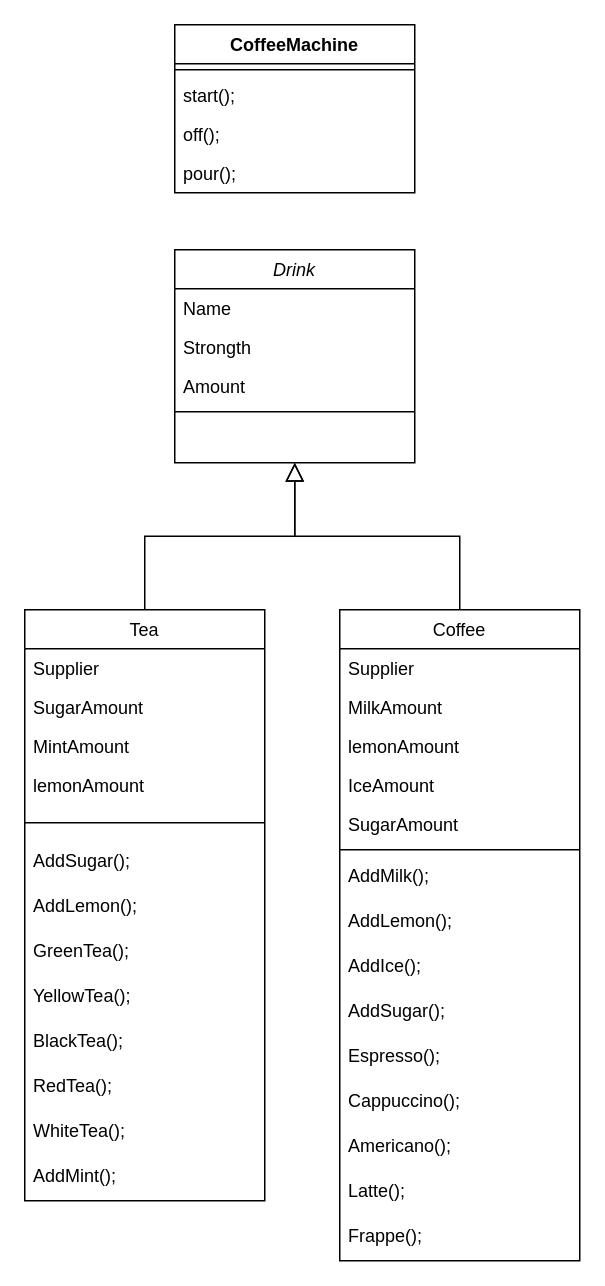
Earlier version of the draw.io diagram Диаграммы/classesDiagram.drawio (programmers42p/CoffeMachineApp). Source tidied: cells renumbered, new cells numbered last; positions are measured from the earlier drawing's top-left corner, leaving out a move shared by most shapes. Both pictures are drawn from the tidied source at 150%, with x=0, y=0 at pixel (24, 24).
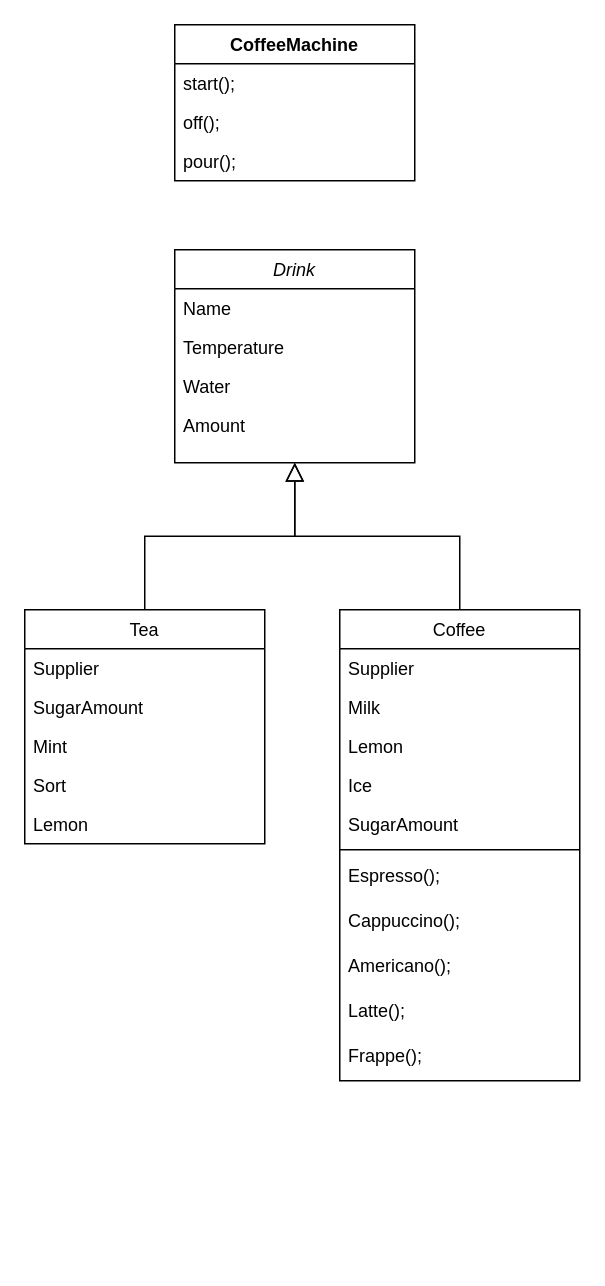
The same page after the edit.

The change refers to these unchanged cells:
```xml
<mxCell id="2" value="Drink" style="swimlane;fontStyle=2;align=center;verticalAlign=top;horizontal=1;startSize=26;rounded=0;shadow=0;strokeWidth=1;" parent="1" vertex="1">
  <mxGeometry x="100" y="150" width="160" height="142" as="geometry" />
</mxCell>
```

Diff of the diagram source:
```diff
@@
-    <mxCell id="4" value="Strongth" style="text;align=left;verticalAlign=top;spacingLeft=4;spacingRight=4;overflow=hidden;rounded=0;shadow=0;html=0;" parent="2" vertex="1">
+    <mxCell id="4" value="Temperature" style="text;align=left;verticalAlign=top;spacingLeft=4;spacingRight=4;overflow=hidden;rounded=0;shadow=0;html=0;" parent="2" vertex="1">
       <mxGeometry y="52" width="160" height="26" as="geometry" />
     </mxCell>
+    <mxCell id="44" value="Water" style="text;align=left;verticalAlign=top;spacingLeft=4;spacingRight=4;overflow=hidden;rounded=0;shadow=0;html=0;" parent="2" vertex="1">
+      <mxGeometry y="78" width="160" height="26" as="geometry" />
+    </mxCell>
     <mxCell id="5" value="Amount" style="text;strokeColor=none;fillColor=none;align=left;verticalAlign=top;spacingLeft=4;spacingRight=4;overflow=hidden;" parent="2" vertex="1">
-      <mxGeometry y="78" width="160" height="26" as="geometry" />
+      <mxGeometry y="104" width="160" height="26" as="geometry" />
     </mxCell>
-    <mxCell id="6" style="line;html=1;strokeWidth=1;align=left;verticalAlign=middle;spacingTop=-1;spacingLeft=3;spacingRight=3;labelPosition=right;" parent="2" vertex="1">
-      <mxGeometry y="104" width="160" height="8" as="geometry" />
-    </mxCell>
     <mxCell id="7" value="Tea" style="swimlane;fontStyle=0;align=center;verticalAlign=top;horizontal=1;startSize=26;rounded=0;shadow=0;strokeWidth=1;" parent="1" vertex="1">
-      <mxGeometry y="390" width="160" height="394" as="geometry" />
+      <mxGeometry y="390" width="160" height="156" as="geometry" />
     </mxCell>
@@
-    <mxCell id="10" value="MintAmount" style="text;strokeColor=none;fillColor=none;align=left;verticalAlign=top;spacingLeft=4;spacingRight=4;overflow=hidden;" parent="7" vertex="1">
+    <mxCell id="10" value="Mint" style="text;strokeColor=none;fillColor=none;align=left;verticalAlign=top;spacingLeft=4;spacingRight=4;overflow=hidden;" parent="7" vertex="1">
       <mxGeometry y="78" width="160" height="26" as="geometry" />
     </mxCell>
+    <mxCell id="45" value="Sort" style="text;strokeColor=none;fillColor=none;align=left;verticalAlign=top;spacingLeft=4;spacingRight=4;overflow=hidden;" parent="7" vertex="1">
+      <mxGeometry y="104" width="160" height="26" as="geometry" />
+    </mxCell>
-    <mxCell id="11" value="lemonAmount" style="text;strokeColor=none;fillColor=none;align=left;verticalAlign=top;spacingLeft=4;spacingRight=4;overflow=hidden;" parent="7" vertex="1">
-      <mxGeometry y="104" width="160" height="26" as="geometry" />
+    <mxCell id="11" value="Lemon" style="text;strokeColor=none;fillColor=none;align=left;verticalAlign=top;spacingLeft=4;spacingRight=4;overflow=hidden;" parent="7" vertex="1">
+      <mxGeometry y="130" width="160" height="26" as="geometry" />
     </mxCell>
-    <mxCell id="12" style="line;html=1;strokeWidth=1;align=left;verticalAlign=middle;spacingTop=-1;spacingLeft=3;spacingRight=3;labelPosition=right;" parent="7" vertex="1">
-      <mxGeometry y="130" width="160" height="24" as="geometry" />
-    </mxCell>
-    <mxCell id="13" value="AddSugar();" style="text;strokeColor=none;fillColor=none;align=left;verticalAlign=top;spacingLeft=4;spacingRight=4;overflow=hidden;" parent="7" vertex="1">
-      <mxGeometry y="154" width="160" height="30" as="geometry" />
-    </mxCell>
-    <mxCell id="14" value="AddLemon();" style="text;strokeColor=none;fillColor=none;align=left;verticalAlign=top;spacingLeft=4;spacingRight=4;overflow=hidden;" parent="7" vertex="1">
-      <mxGeometry y="184" width="160" height="30" as="geometry" />
-    </mxCell>
-    <mxCell id="15" value="GreenTea();" style="text;strokeColor=none;fillColor=none;align=left;verticalAlign=top;spacingLeft=4;spacingRight=4;overflow=hidden;" parent="7" vertex="1">
-      <mxGeometry y="214" width="160" height="30" as="geometry" />
-    </mxCell>
-    <mxCell id="16" value="YellowTea();" style="text;strokeColor=none;fillColor=none;align=left;verticalAlign=top;spacingLeft=4;spacingRight=4;overflow=hidden;" parent="7" vertex="1">
-      <mxGeometry y="244" width="160" height="30" as="geometry" />
-    </mxCell>
-    <mxCell id="17" value="BlackTea();" style="text;strokeColor=none;fillColor=none;align=left;verticalAlign=top;spacingLeft=4;spacingRight=4;overflow=hidden;" parent="7" vertex="1">
-      <mxGeometry y="274" width="160" height="30" as="geometry" />
-    </mxCell>
-    <mxCell id="18" value="RedTea();" style="text;strokeColor=none;fillColor=none;align=left;verticalAlign=top;spacingLeft=4;spacingRight=4;overflow=hidden;" parent="7" vertex="1">
-      <mxGeometry y="304" width="160" height="30" as="geometry" />
-    </mxCell>
-    <mxCell id="19" value="WhiteTea();" style="text;strokeColor=none;fillColor=none;align=left;verticalAlign=top;spacingLeft=4;spacingRight=4;overflow=hidden;" parent="7" vertex="1">
-      <mxGeometry y="334" width="160" height="30" as="geometry" />
-    </mxCell>
-    <mxCell id="20" value="AddMint();" style="text;strokeColor=none;fillColor=none;align=left;verticalAlign=top;spacingLeft=4;spacingRight=4;overflow=hidden;" parent="7" vertex="1">
-      <mxGeometry y="364" width="160" height="30" as="geometry" />
-    </mxCell>
@@
     <mxCell id="22" value="Coffee" style="swimlane;fontStyle=0;align=center;verticalAlign=top;horizontal=1;startSize=26;rounded=0;shadow=0;strokeWidth=1;" parent="1" vertex="1">
-      <mxGeometry x="210" y="390" width="160" height="434" as="geometry" />
+      <mxGeometry x="210" y="390" width="160" height="314" as="geometry" />
     </mxCell>
@@
-    <mxCell id="24" value="MilkAmount " style="text;strokeColor=none;fillColor=none;align=left;verticalAlign=top;spacingLeft=4;spacingRight=4;overflow=hidden;" parent="22" vertex="1">
+    <mxCell id="24" value="Milk" style="text;strokeColor=none;fillColor=none;align=left;verticalAlign=top;spacingLeft=4;spacingRight=4;overflow=hidden;" parent="22" vertex="1">
       <mxGeometry y="52" width="160" height="26" as="geometry" />
     </mxCell>
-    <mxCell id="25" value="lemonAmount" style="text;strokeColor=none;fillColor=none;align=left;verticalAlign=top;spacingLeft=4;spacingRight=4;overflow=hidden;" parent="22" vertex="1">
+    <mxCell id="25" value="Lemon" style="text;strokeColor=none;fillColor=none;align=left;verticalAlign=top;spacingLeft=4;spacingRight=4;overflow=hidden;" parent="22" vertex="1">
       <mxGeometry y="78" width="160" height="26" as="geometry" />
     </mxCell>
-    <mxCell id="26" value="IceAmount" style="text;strokeColor=none;fillColor=none;align=left;verticalAlign=top;spacingLeft=4;spacingRight=4;overflow=hidden;" parent="22" vertex="1">
+    <mxCell id="26" value="Ice" style="text;strokeColor=none;fillColor=none;align=left;verticalAlign=top;spacingLeft=4;spacingRight=4;overflow=hidden;" parent="22" vertex="1">
       <mxGeometry y="104" width="160" height="26" as="geometry" />
     </mxCell>
@@
-    <mxCell id="29" value="AddMilk();" style="text;strokeColor=none;fillColor=none;align=left;verticalAlign=top;spacingLeft=4;spacingRight=4;overflow=hidden;" parent="22" vertex="1">
-      <mxGeometry y="164" width="160" height="30" as="geometry" />
-    </mxCell>
-    <mxCell id="30" value="AddLemon();" style="text;strokeColor=none;fillColor=none;align=left;verticalAlign=top;spacingLeft=4;spacingRight=4;overflow=hidden;" parent="22" vertex="1">
-      <mxGeometry y="194" width="160" height="30" as="geometry" />
-    </mxCell>
-    <mxCell id="31" value="AddIce();" style="text;strokeColor=none;fillColor=none;align=left;verticalAlign=top;spacingLeft=4;spacingRight=4;overflow=hidden;" parent="22" vertex="1">
-      <mxGeometry y="224" width="160" height="30" as="geometry" />
-    </mxCell>
-    <mxCell id="32" value="AddSugar();" style="text;strokeColor=none;fillColor=none;align=left;verticalAlign=top;spacingLeft=4;spacingRight=4;overflow=hidden;" parent="22" vertex="1">
-      <mxGeometry y="254" width="160" height="30" as="geometry" />
-    </mxCell>
     <mxCell id="33" value="Espresso();" style="text;strokeColor=none;fillColor=none;align=left;verticalAlign=top;spacingLeft=4;spacingRight=4;overflow=hidden;" parent="22" vertex="1">
-      <mxGeometry y="284" width="160" height="30" as="geometry" />
+      <mxGeometry y="164" width="160" height="30" as="geometry" />
     </mxCell>
     <mxCell id="34" value="Cappuccino();" style="text;strokeColor=none;fillColor=none;align=left;verticalAlign=top;spacingLeft=4;spacingRight=4;overflow=hidden;" parent="22" vertex="1">
-      <mxGeometry y="314" width="160" height="30" as="geometry" />
+      <mxGeometry y="194" width="160" height="30" as="geometry" />
     </mxCell>
     <mxCell id="35" value="Americano();" style="text;strokeColor=none;fillColor=none;align=left;verticalAlign=top;spacingLeft=4;spacingRight=4;overflow=hidden;" parent="22" vertex="1">
-      <mxGeometry y="344" width="160" height="30" as="geometry" />
+      <mxGeometry y="224" width="160" height="30" as="geometry" />
     </mxCell>
     <mxCell id="36" value="Latte();" style="text;strokeColor=none;fillColor=none;align=left;verticalAlign=top;spacingLeft=4;spacingRight=4;overflow=hidden;" parent="22" vertex="1">
-      <mxGeometry y="374" width="160" height="30" as="geometry" />
+      <mxGeometry y="254" width="160" height="30" as="geometry" />
     </mxCell>
     <mxCell id="37" value="Frappe();" style="text;strokeColor=none;fillColor=none;align=left;verticalAlign=top;spacingLeft=4;spacingRight=4;overflow=hidden;" parent="22" vertex="1">
-      <mxGeometry y="404" width="160" height="30" as="geometry" />
+      <mxGeometry y="284" width="160" height="30" as="geometry" />
     </mxCell>
@@
     <mxCell id="39" value="CoffeeMachine" style="swimlane;fontStyle=1;align=center;verticalAlign=top;horizontal=1;startSize=26;" parent="1" vertex="1">
-      <mxGeometry x="100" width="160" height="112" as="geometry" />
+      <mxGeometry x="100" width="160" height="104" as="geometry" />
     </mxCell>
-    <mxCell id="40" style="line;strokeWidth=1;fillColor=none;align=left;verticalAlign=middle;spacingTop=-1;spacingLeft=3;spacingRight=3;labelPosition=right;" parent="39" vertex="1">
-      <mxGeometry y="26" width="160" height="8" as="geometry" />
-    </mxCell>
     <mxCell id="41" value="start();" style="text;strokeColor=none;fillColor=none;align=left;verticalAlign=top;spacingLeft=4;spacingRight=4;overflow=hidden;" parent="39" vertex="1">
-      <mxGeometry y="34" width="160" height="26" as="geometry" />
+      <mxGeometry y="26" width="160" height="26" as="geometry" />
     </mxCell>
     <mxCell id="42" value="off();" style="text;strokeColor=none;fillColor=none;align=left;verticalAlign=top;spacingLeft=4;spacingRight=4;overflow=hidden;" parent="39" vertex="1">
-      <mxGeometry y="60" width="160" height="26" as="geometry" />
+      <mxGeometry y="52" width="160" height="26" as="geometry" />
     </mxCell>
     <mxCell id="43" value="pour();" style="text;strokeColor=none;fillColor=none;align=left;verticalAlign=top;spacingLeft=4;spacingRight=4;overflow=hidden;" parent="39" vertex="1">
-      <mxGeometry y="86" width="160" height="26" as="geometry" />
+      <mxGeometry y="78" width="160" height="26" as="geometry" />
     </mxCell>
```
